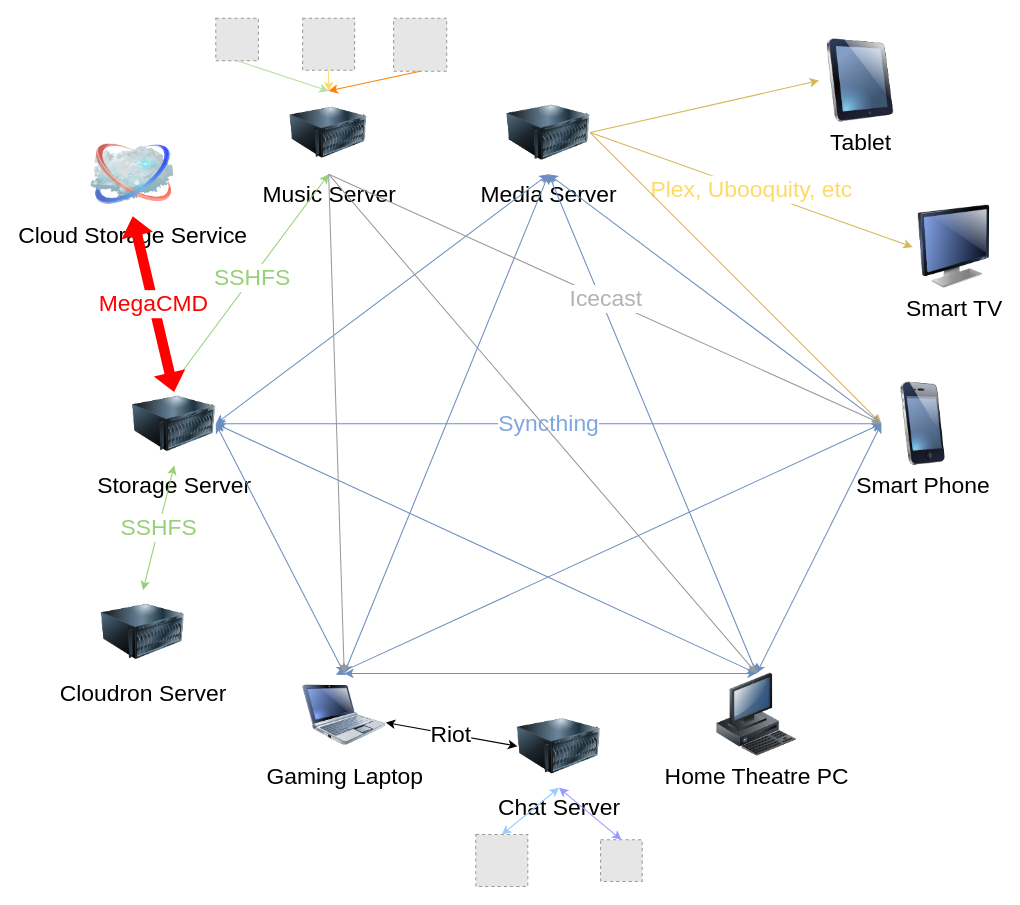
This is Logical Layout Proposed.drawio from syedrali/architecture, a draw.io file, before an edit. Source tidied: cells renumbered, new cells numbered last; positions are measured from the earlier drawing's top-left corner, leaving out a move shared by most shapes. Both pictures are drawn from the tidied source at 104%, with x=0, y=0 at pixel (90, 18). Pictures stored in the file or linked from it are replaced by grey dashed boxes.
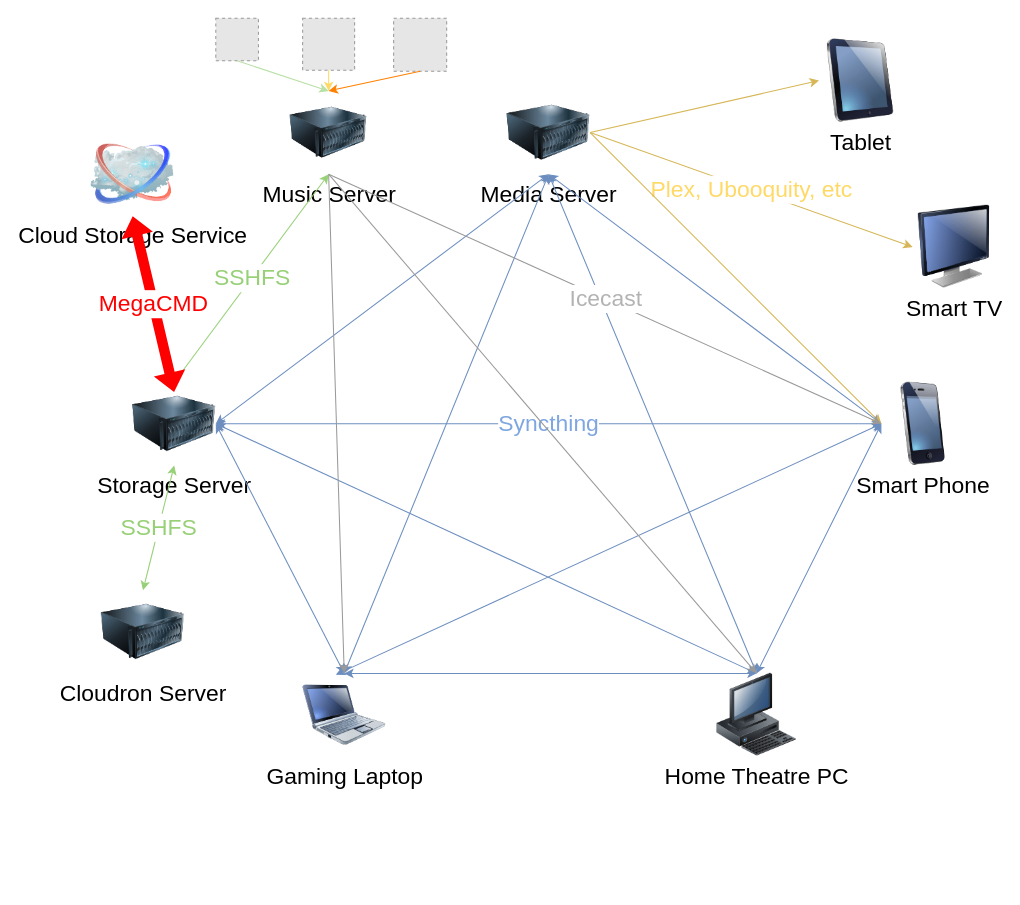
Above is the later version.

Commit message (it also covers changes not shown here):
Removed chat server as desktop solution used.

Unchanged cells that the change refers to:
```xml
<mxCell id="6" value="Gaming Laptop" style="image;html=1;labelBackgroundColor=#ffffff;image=img/lib/clip_art/computers/Netbook_128x128.png;rounded=1;shadow=0;comic=0;strokeColor=#000000;strokeWidth=2;fillColor=#FFFFFF;fontSize=22;fontColor=#000000;" parent="1" vertex="1">
  <mxGeometry x="203.5" y="630" width="80" height="80" as="geometry" />
</mxCell>
```

Change to the diagram source:
```diff
@@
-    <mxCell id="38" value="Chat Server" style="image;html=1;labelBackgroundColor=#ffffff;image=img/lib/clip_art/computers/Server_128x128.png;fontSize=22;" parent="1" vertex="1">
-      <mxGeometry x="410" y="660" width="80" height="80" as="geometry" />
-    </mxCell>
-    <mxCell id="39" style="fillColor=#E6E6E6;strokeColor=#999999;dashed=1;html=1;verticalAlign=top;verticalLabelPosition=bottom;labelBackgroundColor=#ffffff;" parent="1" vertex="1">
-      <mxGeometry x="370" y="785" width="50" height="50" as="geometry" />
-    </mxCell>
-    <mxCell id="40" style="fillColor=#E6E6E6;strokeColor=#999999;dashed=1;html=1;verticalAlign=top;verticalLabelPosition=bottom;labelBackgroundColor=#ffffff;" parent="1" vertex="1">
-      <mxGeometry x="490" y="790" width="40" height="40" as="geometry" />
-    </mxCell>
-    <mxCell id="41" value="&lt;font style=&quot;font-size: 22px&quot;&gt;Riot&lt;/font&gt;" style="endArrow=classic;startArrow=classic;html=1;strokeColor=#000000;entryX=0;entryY=0.5;entryDx=0;entryDy=0;" parent="1" edge="1" source="6" target="38">
-      <mxGeometry relative="1" as="geometry" />
-    </mxCell>
-    <mxCell id="42" style="endArrow=classic;startArrow=classic;html=1;strokeColor=#9999FF;entryX=0.5;entryY=0;entryDx=0;entryDy=0;fillColor=#e1d5e7;exitX=0.5;exitY=1;exitDx=0;exitDy=0;" parent="1" edge="1" source="38" target="40">
-      <mxGeometry relative="1" as="geometry" />
-    </mxCell>
-    <mxCell id="43" style="endArrow=classic;startArrow=classic;html=1;strokeColor=#99CCFF;entryX=0.5;entryY=0;entryDx=0;entryDy=0;fillColor=#d5e8d4;exitX=0.5;exitY=1;exitDx=0;exitDy=0;" parent="1" edge="1" source="38" target="39">
-      <mxGeometry relative="1" as="geometry" />
-    </mxCell>
```
